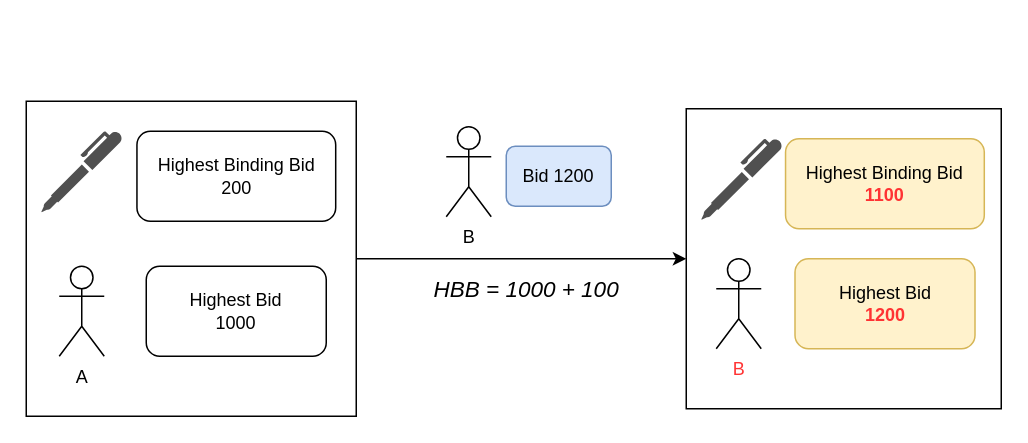
Above: page "Page-2" (2 of 2) of resources/diagram_NR/auction.drawio in nnnpooh/blockchain-class-2565-2 (draw.io), before the change. Source tidied: cells renumbered, new cells numbered last; positions are measured from the earlier drawing's top-left corner, leaving out a move shared by most shapes. Both pictures are drawn from the tidied source at 150%, with x=0, y=0 at pixel (26, 100).
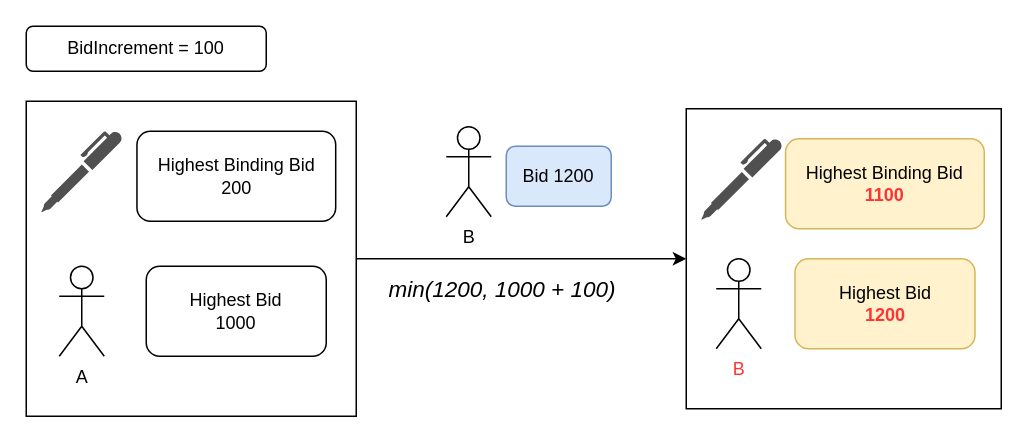
After the change.

What changed in the source:
```diff
@@
 <mxGraphModel>
   <root>
     <mxCell id="0" />
     <mxCell id="1" parent="0" />
     <mxCell id="2" style="edgeStyle=orthogonalEdgeStyle;rounded=0;jettySize=auto;html=1;entryX=0;entryY=0.5;entryDx=0;entryDy=0;" parent="1" edge="1" source="13" target="7">
       <mxGeometry relative="1" as="geometry" />
     </mxCell>
     <mxCell id="3" value="Bid 1200" style="rounded=1;whiteSpace=wrap;html=1;fillColor=#dae8fc;strokeColor=#6c8ebf;" parent="1" vertex="1">
       <mxGeometry x="320" y="30" width="70" height="40" as="geometry" />
     </mxCell>
     <mxCell id="4" value="B" style="shape=umlActor;verticalLabelPosition=bottom;verticalAlign=top;html=1;" parent="1" vertex="1">
       <mxGeometry x="280" y="17" width="30" height="60" as="geometry" />
     </mxCell>
-    <mxCell id="5" value="&lt;div style=&quot;text-align: center;&quot;&gt;&lt;span style=&quot;background-color: rgb(255, 255, 255);&quot;&gt;HBB = 1000 + 100&lt;/span&gt;&lt;/div&gt;" style="text;whiteSpace=wrap;html=1;fontStyle=2;fontSize=15;" parent="1" vertex="1">
-      <mxGeometry x="270" y="110" width="140" height="30" as="geometry" />
+    <mxCell id="5" value="&lt;div style=&quot;text-align: center;&quot;&gt;&lt;span style=&quot;background-color: rgb(255, 255, 255);&quot;&gt;min(1200, 1000 + 100)&lt;/span&gt;&lt;/div&gt;" style="text;whiteSpace=wrap;html=1;fontStyle=2;fontSize=15;" parent="1" vertex="1">
+      <mxGeometry x="240" y="110" width="190" height="30" as="geometry" />
     </mxCell>
     <mxCell id="6" style="group;" parent="1" vertex="1">
       <mxGeometry x="440" y="5" width="210" height="200" as="geometry" />
     </mxCell>
     <mxCell id="7" style="rounded=0;whiteSpace=wrap;html=1;" parent="6" vertex="1">
       <mxGeometry width="210" height="200" as="geometry" />
     </mxCell>
     <mxCell id="8" value="&lt;font color=&quot;#ff3333&quot;&gt;B&lt;/font&gt;" style="shape=umlActor;verticalLabelPosition=bottom;verticalAlign=top;html=1;" parent="6" vertex="1">
       <mxGeometry x="20" y="100" width="30" height="60" as="geometry" />
     </mxCell>
     <mxCell id="9" style="sketch=0;shadow=0;dashed=0;html=1;strokeColor=none;fillColor=#505050;labelPosition=center;verticalLabelPosition=bottom;verticalAlign=top;align=center;shape=mxgraph.office.concepts.writing_pen;" parent="6" vertex="1">
       <mxGeometry x="10" y="20" width="54" height="54" as="geometry" />
     </mxCell>
     <mxCell id="10" value="Highest Bid&lt;br&gt;&lt;b&gt;&lt;font color=&quot;#ff3333&quot;&gt;1200&lt;/font&gt;&lt;/b&gt;" style="rounded=1;whiteSpace=wrap;html=1;fillColor=#fff2cc;strokeColor=#d6b656;" parent="6" vertex="1">
       <mxGeometry x="72.5" y="100" width="120" height="60" as="geometry" />
     </mxCell>
     <mxCell id="11" value="Highest Binding Bid&lt;br&gt;&lt;b&gt;&lt;font color=&quot;#ff3333&quot;&gt;1100&lt;/font&gt;&lt;/b&gt;" style="rounded=1;whiteSpace=wrap;html=1;fillColor=#fff2cc;strokeColor=#d6b656;" parent="6" vertex="1">
       <mxGeometry x="66.2" y="20" width="132.5" height="60" as="geometry" />
     </mxCell>
     <mxCell id="12" style="group;" parent="1" vertex="1">
       <mxGeometry width="220" height="210" as="geometry" />
     </mxCell>
     <mxCell id="13" style="rounded=0;whiteSpace=wrap;html=1;" parent="12" vertex="1">
       <mxGeometry width="220" height="210" as="geometry" />
     </mxCell>
     <mxCell id="14" value="Highest Bid&lt;br&gt;1000" style="rounded=1;whiteSpace=wrap;html=1;" parent="12" vertex="1">
       <mxGeometry x="80" y="110" width="120" height="60" as="geometry" />
     </mxCell>
     <mxCell id="15" value="A" style="shape=umlActor;verticalLabelPosition=bottom;verticalAlign=top;html=1;" parent="12" vertex="1">
       <mxGeometry x="22" y="110" width="30" height="60" as="geometry" />
     </mxCell>
     <mxCell id="16" value="Highest Binding Bid&lt;br&gt;200" style="rounded=1;whiteSpace=wrap;html=1;" parent="12" vertex="1">
       <mxGeometry x="73.8" y="20" width="132.5" height="60" as="geometry" />
     </mxCell>
     <mxCell id="17" style="sketch=0;shadow=0;dashed=0;html=1;strokeColor=none;fillColor=#505050;labelPosition=center;verticalLabelPosition=bottom;verticalAlign=top;align=center;shape=mxgraph.office.concepts.writing_pen;" parent="12" vertex="1">
       <mxGeometry x="10" y="20" width="54" height="54" as="geometry" />
     </mxCell>
+    <mxCell id="18" value="BidIncrement = 100" style="rounded=1;whiteSpace=wrap;html=1;" parent="1" vertex="1">
+      <mxGeometry y="-50" width="160" height="30" as="geometry" />
+    </mxCell>
   </root>
 </mxGraphModel>
```
